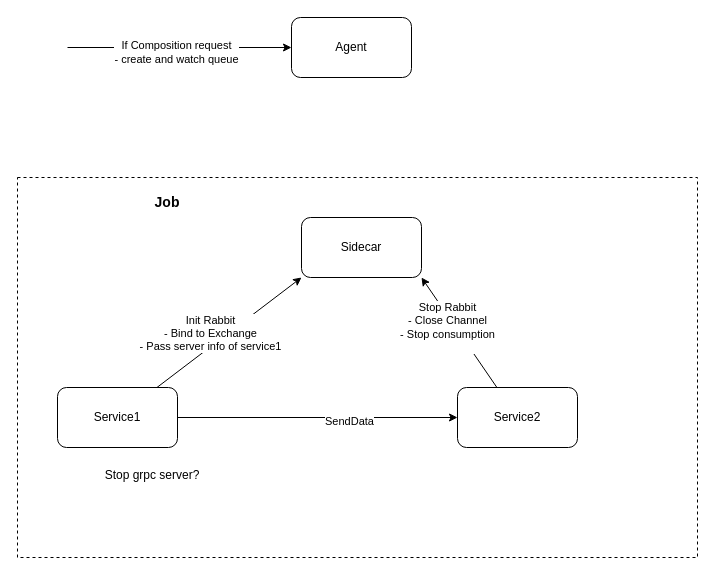
Above: docs/drawio/sidecar-rabbit.drawio in Jorrit05/DYNAMOS (draw.io), before the change. Source tidied: cells renumbered, new cells numbered last; positions are measured from the earlier drawing's top-left corner, leaving out a move shared by most shapes. Both pictures are drawn from the tidied source at 100%, with x=0, y=0 at pixel (17, 17).
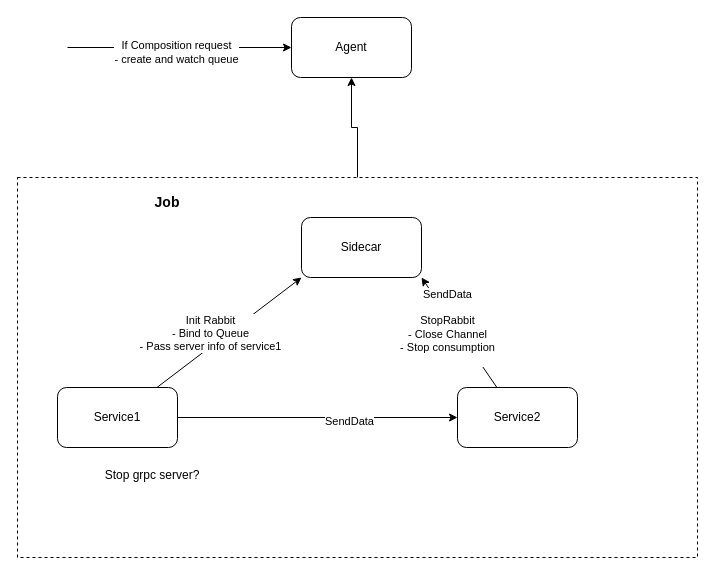
The same diagram, later.

Diff of the diagram source:
```diff
@@
 <mxGraphModel>
   <root>
     <mxCell id="0" />
     <mxCell id="1" parent="0" />
+    <mxCell id="17" style="edgeStyle=orthogonalEdgeStyle;rounded=0;jettySize=auto;html=1;" parent="1" edge="1" source="2" target="8">
+      <mxGeometry relative="1" as="geometry" />
+    </mxCell>
     <mxCell id="2" style="rounded=0;whiteSpace=wrap;html=1;fillColor=none;dashed=1;" parent="1" vertex="1">
       <mxGeometry y="160" width="680" height="380" as="geometry" />
     </mxCell>
     <mxCell id="3" style="rounded=0;jettySize=auto;html=1;entryX=0;entryY=1;entryDx=0;entryDy=0;" parent="1" edge="1" source="7" target="12">
       <mxGeometry relative="1" as="geometry" />
     </mxCell>
-    <mxCell id="4" value="Init Rabbit&lt;div&gt;- Bind to Exchange&lt;/div&gt;&lt;div&gt;- Pass server info of service1&lt;/div&gt;" style="edgeLabel;html=1;align=center;verticalAlign=middle;" parent="3" vertex="1">
+    <mxCell id="4" value="Init Rabbit&lt;div&gt;- Bind to Queue&lt;/div&gt;&lt;div&gt;- Pass server info of service1&lt;/div&gt;" style="edgeLabel;html=1;align=center;verticalAlign=middle;" parent="3" vertex="1">
       <mxGeometry x="-0.29" y="-4" relative="1" as="geometry">
         <mxPoint y="-19" as="offset" />
       </mxGeometry>
     </mxCell>
     <mxCell id="5" style="edgeStyle=orthogonalEdgeStyle;rounded=0;jettySize=auto;html=1;entryX=0;entryY=0.5;entryDx=0;entryDy=0;" parent="1" edge="1" source="7" target="15">
       <mxGeometry relative="1" as="geometry" />
     </mxCell>
     <mxCell id="6" value="SendData" style="edgeLabel;html=1;align=center;verticalAlign=middle;" parent="5" vertex="1">
       <mxGeometry x="0.22" y="-3" relative="1" as="geometry" />
     </mxCell>
     <mxCell id="7" value="Service1" style="rounded=1;whiteSpace=wrap;html=1;" parent="1" vertex="1">
       <mxGeometry x="40" y="370" width="120" height="60" as="geometry" />
     </mxCell>
     <mxCell id="8" value="Agent" style="rounded=1;whiteSpace=wrap;html=1;" parent="1" vertex="1">
       <mxGeometry x="274" width="120" height="60" as="geometry" />
     </mxCell>
     <mxCell id="9" value="&lt;font style=&quot;font-size: 14px;&quot;&gt;Job&lt;/font&gt;" style="text;html=1;align=center;verticalAlign=middle;whiteSpace=wrap;rounded=0;fontStyle=1;" parent="1" vertex="1">
       <mxGeometry x="120" y="170" width="60" height="30" as="geometry" />
     </mxCell>
     <mxCell id="10" style="endArrow=classic;html=1;rounded=0;entryX=0;entryY=0.5;entryDx=0;entryDy=0;" parent="1" edge="1" target="8">
       <mxGeometry relative="1" as="geometry">
         <mxPoint x="50" y="30" as="sourcePoint" />
       </mxGeometry>
     </mxCell>
     <mxCell id="11" value="If Composition request&lt;div&gt;- create and watch queue&lt;/div&gt;" style="edgeLabel;html=1;align=center;verticalAlign=middle;" parent="10" vertex="1">
       <mxGeometry x="-0.04" y="-4" relative="1" as="geometry" />
     </mxCell>
     <mxCell id="12" value="Sidecar" style="rounded=1;whiteSpace=wrap;html=1;" parent="1" vertex="1">
       <mxGeometry x="284" y="200" width="120" height="60" as="geometry" />
     </mxCell>
     <mxCell id="13" style="rounded=0;jettySize=auto;html=1;entryX=1;entryY=1;entryDx=0;entryDy=0;" parent="1" edge="1" source="15" target="12">
       <mxGeometry relative="1" as="geometry" />
     </mxCell>
-    <mxCell id="14" value="Stop Rabbit&lt;div&gt;- Close Channel&lt;/div&gt;&lt;div&gt;- Stop consumption&lt;/div&gt;&lt;div&gt;&lt;br&gt;&lt;/div&gt;" style="edgeLabel;html=1;align=center;verticalAlign=middle;" parent="13" vertex="1">
+    <mxCell id="14" value="SendData&lt;br&gt;&lt;br&gt;StopRabbit&lt;div&gt;- Close Channel&lt;/div&gt;&lt;div&gt;- Stop consumption&lt;/div&gt;&lt;div&gt;&lt;br&gt;&lt;/div&gt;" style="edgeLabel;html=1;align=center;verticalAlign=middle;" parent="13" vertex="1">
       <mxGeometry x="0.36" relative="1" as="geometry">
         <mxPoint x="2" y="15" as="offset" />
       </mxGeometry>
     </mxCell>
     <mxCell id="15" value="Service2" style="rounded=1;whiteSpace=wrap;html=1;" parent="1" vertex="1">
       <mxGeometry x="440" y="370" width="120" height="60" as="geometry" />
     </mxCell>
     <mxCell id="16" value="Stop grpc server?&lt;div&gt;&lt;br&gt;&lt;/div&gt;" style="text;html=1;align=center;verticalAlign=middle;whiteSpace=wrap;rounded=0;" parent="1" vertex="1">
       <mxGeometry x="70" y="450" width="130" height="30" as="geometry" />
     </mxCell>
   </root>
 </mxGraphModel>
```
